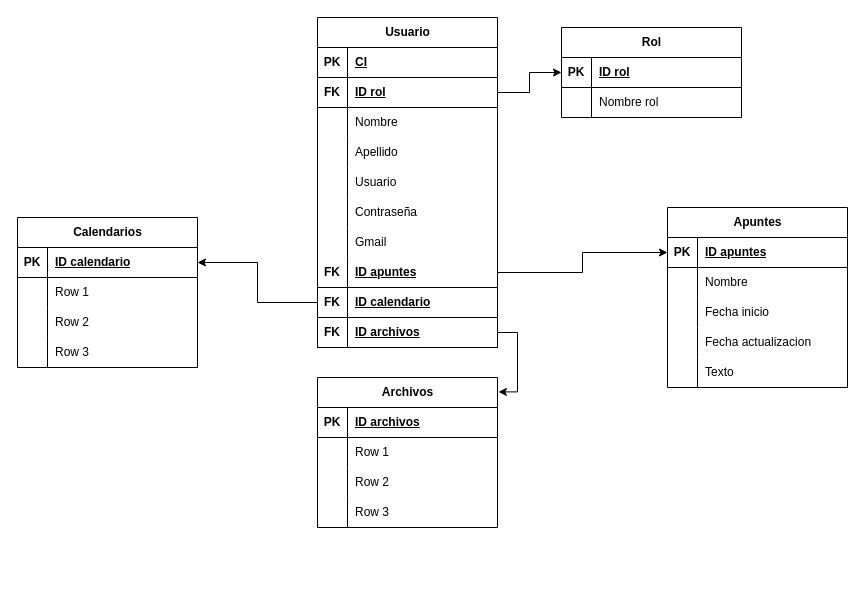
Arcxcad/3ro-bt-informatica keeps this draw.io diagram as EDUCONNECTMR.drawio. Above is the earlier version. Source tidied: cells renumbered, new cells numbered last; positions are measured from the earlier drawing's top-left corner, leaving out a move shared by most shapes. Both pictures are drawn from the tidied source at 100%, with x=0, y=0 at pixel (17, 17).
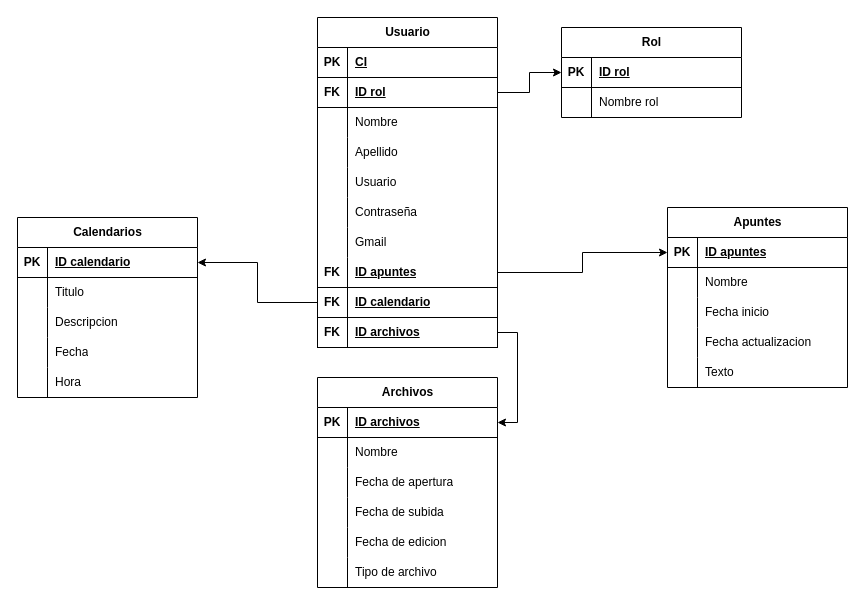
After the change.

Unchanged cells that the change refers to:
```xml
<mxCell id="30" style="shape=tableRow;horizontal=0;startSize=0;swimlaneHead=0;swimlaneBody=0;fillColor=none;points=[[0,0.5],[1,0.5]];portConstraint=eastwest;top=0;left=0;right=0;bottom=1;" parent="2" vertex="1">
  <mxGeometry y="300" width="180" height="30" as="geometry" />
</mxCell>
<mxCell id="37" style="shape=tableRow;horizontal=0;startSize=0;swimlaneHead=0;swimlaneBody=0;fillColor=none;top=0;left=0;right=0;bottom=0;" parent="33" vertex="1">
  <mxGeometry y="60" width="180" height="30" as="geometry" />
</mxCell>
<mxCell id="40" style="shape=tableRow;horizontal=0;startSize=0;swimlaneHead=0;swimlaneBody=0;fillColor=none;top=0;left=0;right=0;bottom=0;" parent="33" vertex="1">
  <mxGeometry y="90" width="180" height="30" as="geometry" />
</mxCell>
<mxCell id="43" style="shape=tableRow;horizontal=0;startSize=0;swimlaneHead=0;swimlaneBody=0;fillColor=none;top=0;left=0;right=0;bottom=0;" parent="33" vertex="1">
  <mxGeometry y="120" width="180" height="30" as="geometry" />
</mxCell>
<mxCell id="63" style="shape=tableRow;horizontal=0;startSize=0;swimlaneHead=0;swimlaneBody=0;fillColor=none;points=[[0,0.5],[1,0.5]];portConstraint=eastwest;top=0;left=0;right=0;bottom=1;" parent="62" vertex="1">
  <mxGeometry y="30" width="180" height="30" as="geometry" />
</mxCell>
<mxCell id="66" style="shape=tableRow;horizontal=0;startSize=0;swimlaneHead=0;swimlaneBody=0;fillColor=none;top=0;left=0;right=0;bottom=0;" parent="62" vertex="1">
  <mxGeometry y="60" width="180" height="30" as="geometry" />
</mxCell>
<mxCell id="69" style="shape=tableRow;horizontal=0;startSize=0;swimlaneHead=0;swimlaneBody=0;fillColor=none;top=0;left=0;right=0;bottom=0;" parent="62" vertex="1">
  <mxGeometry y="90" width="180" height="30" as="geometry" />
</mxCell>
<mxCell id="72" style="shape=tableRow;horizontal=0;startSize=0;swimlaneHead=0;swimlaneBody=0;fillColor=none;top=0;left=0;right=0;bottom=0;" parent="62" vertex="1">
  <mxGeometry y="120" width="180" height="30" as="geometry" />
</mxCell>
```

Diff of the diagram source:
```diff
@@
     <mxCell id="33" value="Calendarios" style="shape=table;startSize=30;childLayout=tableLayout;rowLines=0;fontStyle=1;align=center;html=1;" parent="1" vertex="1">
-      <mxGeometry y="200" width="180" height="150" as="geometry" />
+      <mxGeometry y="200" width="180" height="180" as="geometry" />
     </mxCell>
@@
-    <mxCell id="39" value="Row 1" style="shape=partialRectangle;fillColor=none;top=0;left=0;bottom=0;right=0;align=left;spacingLeft=6;overflow=hidden;whiteSpace=wrap;html=1;" parent="37" vertex="1">
+    <mxCell id="39" value="Titulo" style="shape=partialRectangle;fillColor=none;top=0;left=0;bottom=0;right=0;align=left;spacingLeft=6;overflow=hidden;whiteSpace=wrap;html=1;" parent="37" vertex="1">
       <mxGeometry x="30" width="150" height="30" as="geometry" />
     </mxCell>
@@
-    <mxCell id="42" value="Row 2" style="shape=partialRectangle;fillColor=none;top=0;left=0;bottom=0;right=0;align=left;spacingLeft=6;overflow=hidden;whiteSpace=wrap;html=1;" parent="40" vertex="1">
+    <mxCell id="42" value="Descripcion" style="shape=partialRectangle;fillColor=none;top=0;left=0;bottom=0;right=0;align=left;spacingLeft=6;overflow=hidden;whiteSpace=wrap;html=1;" parent="40" vertex="1">
       <mxGeometry x="30" width="150" height="30" as="geometry" />
     </mxCell>
@@
-    <mxCell id="45" value="Row 3" style="shape=partialRectangle;fillColor=none;top=0;left=0;bottom=0;right=0;align=left;spacingLeft=6;overflow=hidden;whiteSpace=wrap;html=1;" parent="43" vertex="1">
+    <mxCell id="45" value="Fecha" style="shape=partialRectangle;fillColor=none;top=0;left=0;bottom=0;right=0;align=left;spacingLeft=6;overflow=hidden;whiteSpace=wrap;html=1;" parent="43" vertex="1">
       <mxGeometry x="30" width="150" height="30" as="geometry" />
     </mxCell>
+    <mxCell id="86" style="shape=tableRow;horizontal=0;startSize=0;swimlaneHead=0;swimlaneBody=0;fillColor=none;top=0;left=0;right=0;bottom=0;" parent="33" vertex="1">
+      <mxGeometry y="150" width="180" height="30" as="geometry" />
+    </mxCell>
+    <mxCell id="87" style="shape=partialRectangle;fillColor=none;top=0;left=0;bottom=0;right=0;overflow=hidden;whiteSpace=wrap;html=1;" parent="86" vertex="1">
+      <mxGeometry width="30" height="30" as="geometry" />
+    </mxCell>
+    <mxCell id="88" value="Hora" style="shape=partialRectangle;fillColor=none;top=0;left=0;bottom=0;right=0;align=left;spacingLeft=6;overflow=hidden;whiteSpace=wrap;html=1;" parent="86" vertex="1">
+      <mxGeometry x="30" width="150" height="30" as="geometry" />
+    </mxCell>
@@
     <mxCell id="62" value="Archivos" style="shape=table;startSize=30;childLayout=tableLayout;rowLines=0;fontStyle=1;align=center;html=1;" parent="1" vertex="1">
-      <mxGeometry x="300" y="360" width="180" height="150" as="geometry" />
+      <mxGeometry x="300" y="360" width="180" height="210" as="geometry" />
     </mxCell>
@@
-    <mxCell id="68" value="Row 1" style="shape=partialRectangle;fillColor=none;top=0;left=0;bottom=0;right=0;align=left;spacingLeft=6;overflow=hidden;whiteSpace=wrap;html=1;" parent="66" vertex="1">
+    <mxCell id="68" value="Nombre" style="shape=partialRectangle;fillColor=none;top=0;left=0;bottom=0;right=0;align=left;spacingLeft=6;overflow=hidden;whiteSpace=wrap;html=1;" parent="66" vertex="1">
       <mxGeometry x="30" width="150" height="30" as="geometry" />
     </mxCell>
@@
-    <mxCell id="71" value="Row 2" style="shape=partialRectangle;fillColor=none;top=0;left=0;bottom=0;right=0;align=left;spacingLeft=6;overflow=hidden;whiteSpace=wrap;html=1;" parent="69" vertex="1">
+    <mxCell id="71" value="Fecha de apertura" style="shape=partialRectangle;fillColor=none;top=0;left=0;bottom=0;right=0;align=left;spacingLeft=6;overflow=hidden;whiteSpace=wrap;html=1;" parent="69" vertex="1">
       <mxGeometry x="30" width="150" height="30" as="geometry" />
     </mxCell>
@@
-    <mxCell id="74" value="Row 3" style="shape=partialRectangle;fillColor=none;top=0;left=0;bottom=0;right=0;align=left;spacingLeft=6;overflow=hidden;whiteSpace=wrap;html=1;" parent="72" vertex="1">
+    <mxCell id="74" value="Fecha de subida" style="shape=partialRectangle;fillColor=none;top=0;left=0;bottom=0;right=0;align=left;spacingLeft=6;overflow=hidden;whiteSpace=wrap;html=1;" parent="72" vertex="1">
       <mxGeometry x="30" width="150" height="30" as="geometry" />
     </mxCell>
+    <mxCell id="89" style="shape=tableRow;horizontal=0;startSize=0;swimlaneHead=0;swimlaneBody=0;fillColor=none;top=0;left=0;right=0;bottom=0;" parent="62" vertex="1">
+      <mxGeometry y="150" width="180" height="30" as="geometry" />
+    </mxCell>
+    <mxCell id="90" style="shape=partialRectangle;fillColor=none;top=0;left=0;bottom=0;right=0;overflow=hidden;whiteSpace=wrap;html=1;" parent="89" vertex="1">
+      <mxGeometry width="30" height="30" as="geometry" />
+    </mxCell>
+    <mxCell id="91" value="Fecha de edicion" style="shape=partialRectangle;fillColor=none;top=0;left=0;bottom=0;right=0;align=left;spacingLeft=6;overflow=hidden;whiteSpace=wrap;html=1;" parent="89" vertex="1">
+      <mxGeometry x="30" width="150" height="30" as="geometry" />
+    </mxCell>
+    <mxCell id="92" style="shape=tableRow;horizontal=0;startSize=0;swimlaneHead=0;swimlaneBody=0;fillColor=none;top=0;left=0;right=0;bottom=0;" parent="62" vertex="1">
+      <mxGeometry y="180" width="180" height="30" as="geometry" />
+    </mxCell>
+    <mxCell id="93" style="shape=partialRectangle;fillColor=none;top=0;left=0;bottom=0;right=0;overflow=hidden;whiteSpace=wrap;html=1;" parent="92" vertex="1">
+      <mxGeometry width="30" height="30" as="geometry" />
+    </mxCell>
+    <mxCell id="94" value="Tipo de archivo" style="shape=partialRectangle;fillColor=none;top=0;left=0;bottom=0;right=0;align=left;spacingLeft=6;overflow=hidden;whiteSpace=wrap;html=1;" parent="92" vertex="1">
+      <mxGeometry x="30" width="150" height="30" as="geometry" />
+    </mxCell>
@@
-    <mxCell id="85" style="edgeStyle=orthogonalEdgeStyle;rounded=0;jettySize=auto;html=1;exitX=1;exitY=0.5;exitDx=0;exitDy=0;entryX=1.005;entryY=0.096;entryDx=0;entryDy=0;entryPerimeter=0;" parent="1" edge="1" source="30" target="62">
-      <mxGeometry relative="1" as="geometry" />
-    </mxCell>
+    <mxCell id="95" style="edgeStyle=orthogonalEdgeStyle;rounded=0;jettySize=auto;html=1;exitX=1;exitY=0.5;exitDx=0;exitDy=0;entryX=1;entryY=0.5;entryDx=0;entryDy=0;" parent="1" edge="1" source="30" target="63">
+      <mxGeometry relative="1" as="geometry" />
+    </mxCell>
```
